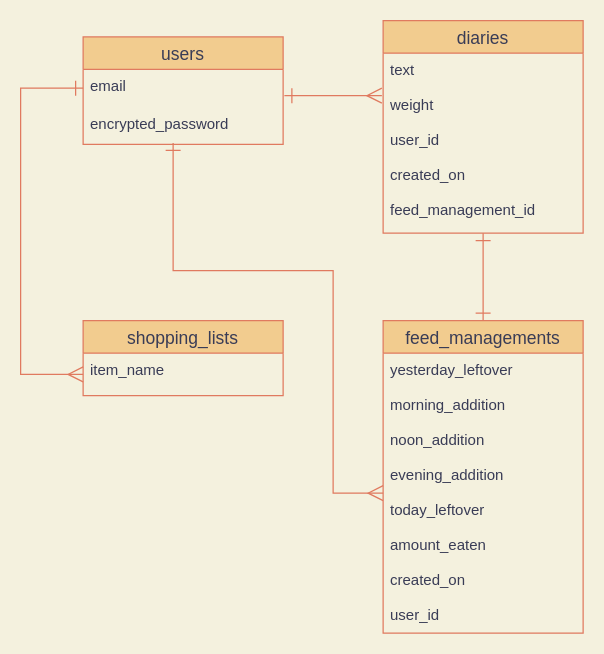
This is ER.dio from satoko123/diary-app, a draw.io file, before an edit. Source tidied: cells renumbered, new cells numbered last; positions are measured from the earlier drawing's top-left corner, leaving out a move shared by most shapes. Both pictures are drawn from the tidied source at 125%, with x=0, y=0 at pixel (20, 20).
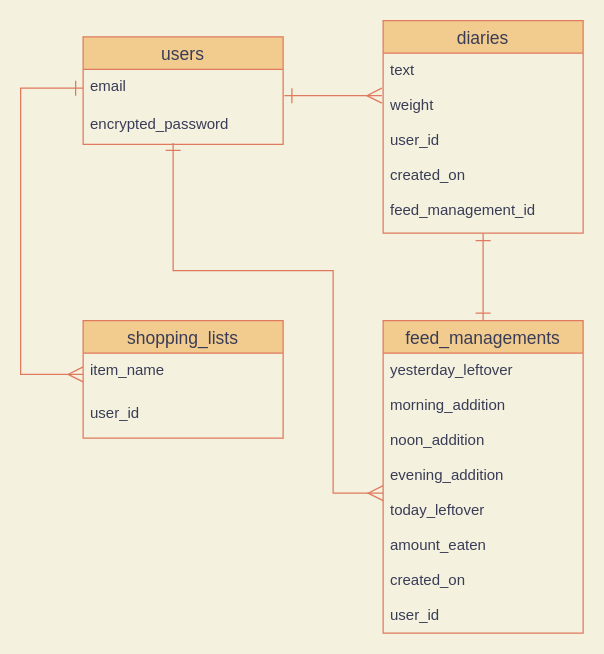
Above is the later version.

What changed in the source:
```diff
@@
     <mxCell id="7" value="shopping_lists" style="swimlane;fontStyle=0;horizontal=1;startSize=26;align=center;fontSize=14;fillColor=#F2CC8F;strokeColor=#E07A5F;fontColor=#393C56;" parent="1" vertex="1">
-      <mxGeometry x="50" y="240" width="160" height="60" as="geometry" />
+      <mxGeometry x="50" y="240" width="160" height="94" as="geometry" />
     </mxCell>
@@
+    <mxCell id="15" value="user_id" style="text;strokeColor=none;fillColor=none;spacingLeft=4;spacingRight=4;overflow=hidden;fontSize=12;fontColor=#393C56;" parent="7" vertex="1">
+      <mxGeometry y="60" width="160" height="34" as="geometry" />
+    </mxCell>
```
